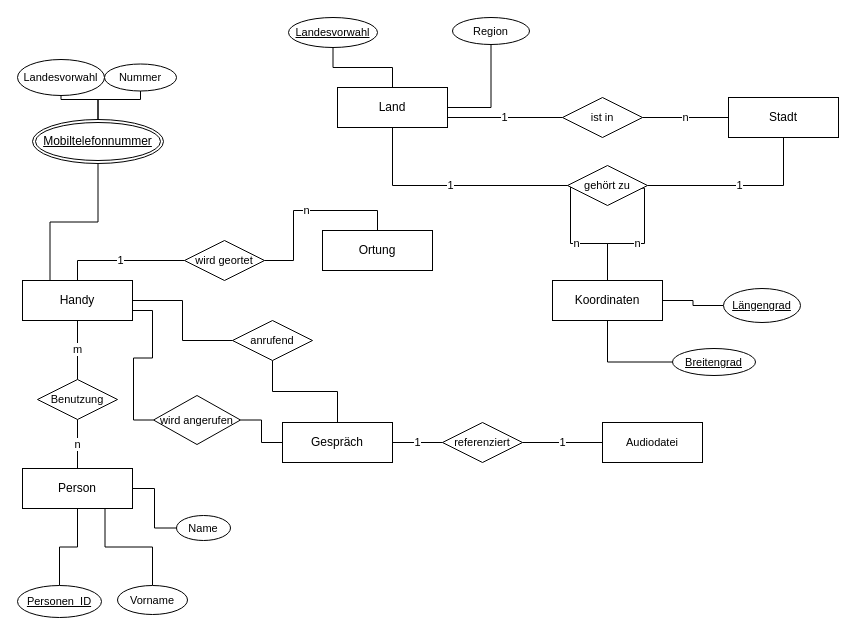
Earlier version of the draw.io diagram Geheimdienst_ER-Modell.drawio (clemens29/Datenbanksysteme-I). Source tidied: cells renumbered, new cells numbered last; positions are measured from the earlier drawing's top-left corner, leaving out a move shared by most shapes. Both pictures are drawn from the tidied source at 100%, with x=0, y=0 at pixel (17, 17).
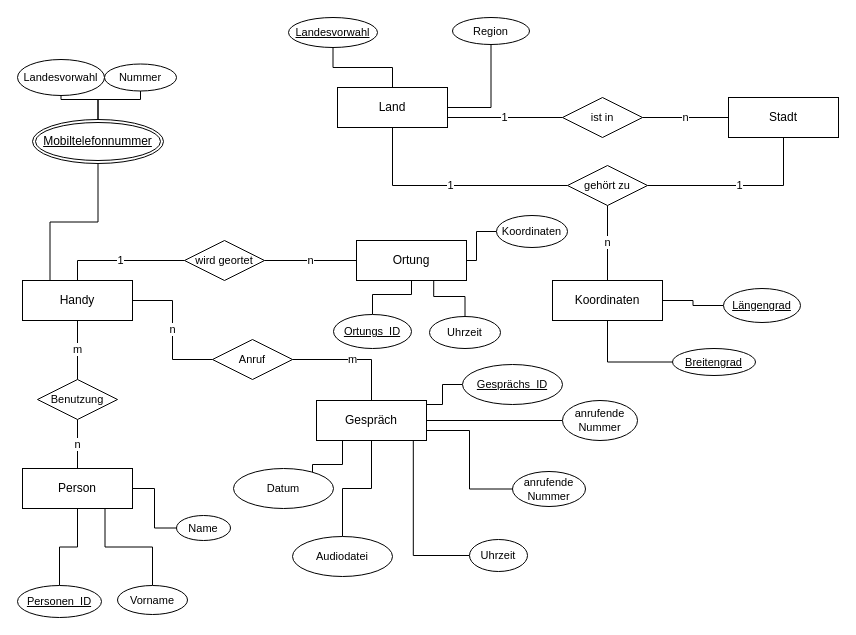
The same page after the edit.

Unchanged cells that the change refers to:
```xml
<mxCell id="2" value="Handy" style="whiteSpace=wrap;html=1;align=center;" parent="1" vertex="1">
  <mxGeometry x="5" y="263" width="110" height="40" as="geometry" />
</mxCell>
<mxCell id="9" value="Koordinaten" style="whiteSpace=wrap;html=1;align=center;" parent="1" vertex="1">
  <mxGeometry x="535" y="263" width="110" height="40" as="geometry" />
</mxCell>
<mxCell id="20" value="wird geortet" style="shape=rhombus;perimeter=rhombusPerimeter;whiteSpace=wrap;html=1;align=center;fontFamily=Helvetica;fontSize=11;fontColor=default;" parent="1" vertex="1">
  <mxGeometry x="167" y="223" width="80" height="40" as="geometry" />
</mxCell>
<mxCell id="23" value="gehört zu" style="shape=rhombus;perimeter=rhombusPerimeter;whiteSpace=wrap;html=1;align=center;fontFamily=Helvetica;fontSize=11;fontColor=default;" parent="1" vertex="1">
  <mxGeometry x="550" y="148" width="80" height="40" as="geometry" />
</mxCell>
```

What changed in the source:
```diff
@@
     <mxCell id="6" value="Ortung" style="whiteSpace=wrap;html=1;align=center;" parent="1" vertex="1">
-      <mxGeometry x="305" y="213" width="110" height="40" as="geometry" />
+      <mxGeometry x="339" y="223" width="110" height="40" as="geometry" />
     </mxCell>
-    <mxCell id="7" value="n" style="edgeStyle=orthogonalEdgeStyle;shape=connector;rounded=0;jettySize=auto;html=1;labelBackgroundColor=default;strokeColor=default;fontFamily=Helvetica;fontSize=11;fontColor=default;endArrow=none;endFill=0;entryX=0;entryY=0.5;entryDx=0;entryDy=0;" parent="1" edge="1" source="9" target="23">
-      <mxGeometry relative="1" as="geometry">
-        <Array as="points">
-          <mxPoint x="590" y="226" />
-          <mxPoint x="553" y="226" />
-          <mxPoint x="553" y="168" />
-        </Array>
-      </mxGeometry>
-    </mxCell>
-    <mxCell id="8" value="n" style="edgeStyle=orthogonalEdgeStyle;shape=connector;rounded=0;jettySize=auto;html=1;entryX=0.899;entryY=0.567;entryDx=0;entryDy=0;entryPerimeter=0;labelBackgroundColor=default;strokeColor=default;fontFamily=Helvetica;fontSize=11;fontColor=default;endArrow=none;endFill=0;" parent="1" edge="1" source="9" target="23">
-      <mxGeometry relative="1" as="geometry">
-        <Array as="points">
-          <mxPoint x="590" y="226" />
-          <mxPoint x="627" y="226" />
-          <mxPoint x="627" y="171" />
-        </Array>
-      </mxGeometry>
-    </mxCell>
+    <mxCell id="53" value="n" style="edgeStyle=orthogonalEdgeStyle;shape=connector;rounded=0;jettySize=auto;html=1;entryX=0.5;entryY=1;entryDx=0;entryDy=0;labelBackgroundColor=default;strokeColor=default;fontFamily=Helvetica;fontSize=11;fontColor=default;endArrow=none;endFill=0;" parent="1" edge="1" source="9" target="23">
+      <mxGeometry relative="1" as="geometry" />
+    </mxCell>
@@
+    <mxCell id="54" style="edgeStyle=orthogonalEdgeStyle;shape=connector;rounded=0;jettySize=auto;html=1;entryX=0.5;entryY=0;entryDx=0;entryDy=0;labelBackgroundColor=default;strokeColor=default;fontFamily=Helvetica;fontSize=11;fontColor=default;endArrow=none;endFill=0;" parent="1" edge="1" source="12" target="24">
+      <mxGeometry relative="1" as="geometry" />
+    </mxCell>
+    <mxCell id="55" style="edgeStyle=orthogonalEdgeStyle;shape=connector;rounded=0;jettySize=auto;html=1;entryX=0;entryY=0.5;entryDx=0;entryDy=0;labelBackgroundColor=default;strokeColor=default;fontFamily=Helvetica;fontSize=11;fontColor=default;endArrow=none;endFill=0;exitX=1;exitY=0.75;exitDx=0;exitDy=0;" parent="1" edge="1" source="12" target="59">
+      <mxGeometry relative="1" as="geometry" />
+    </mxCell>
+    <mxCell id="56" style="edgeStyle=orthogonalEdgeStyle;shape=connector;rounded=0;jettySize=auto;html=1;entryX=0;entryY=0.5;entryDx=0;entryDy=0;labelBackgroundColor=default;strokeColor=default;fontFamily=Helvetica;fontSize=11;fontColor=default;endArrow=none;endFill=0;" parent="1" edge="1" source="12" target="71">
+      <mxGeometry relative="1" as="geometry" />
+    </mxCell>
     <mxCell id="12" value="Gespräch" style="whiteSpace=wrap;html=1;align=center;" parent="1" vertex="1">
-      <mxGeometry x="265" y="405" width="110" height="40" as="geometry" />
+      <mxGeometry x="299" y="383" width="110" height="40" as="geometry" />
     </mxCell>
@@
+    <mxCell id="19" value="1" style="edgeStyle=orthogonalEdgeStyle;shape=connector;rounded=0;jettySize=auto;html=1;labelBackgroundColor=default;strokeColor=default;fontFamily=Helvetica;fontSize=11;fontColor=default;endArrow=none;endFill=0;entryX=0.5;entryY=0;entryDx=0;entryDy=0;" parent="1" edge="1" source="20" target="2">
+      <mxGeometry relative="1" as="geometry" />
+    </mxCell>
-    <mxCell id="18" value="n" style="edgeStyle=orthogonalEdgeStyle;shape=connector;rounded=0;jettySize=auto;html=1;entryX=0.5;entryY=0;entryDx=0;entryDy=0;labelBackgroundColor=default;strokeColor=default;fontFamily=Helvetica;fontSize=11;fontColor=default;endArrow=none;endFill=0;" parent="1" edge="1" source="20" target="6">
+    <mxCell id="18" value="n" style="edgeStyle=orthogonalEdgeStyle;shape=connector;rounded=0;jettySize=auto;html=1;entryX=0;entryY=0.5;entryDx=0;entryDy=0;labelBackgroundColor=default;strokeColor=default;fontFamily=Helvetica;fontSize=11;fontColor=default;endArrow=none;endFill=0;" parent="1" edge="1" source="20" target="6">
       <mxGeometry relative="1" as="geometry" />
     </mxCell>
-    <mxCell id="19" value="1" style="edgeStyle=orthogonalEdgeStyle;shape=connector;rounded=0;jettySize=auto;html=1;labelBackgroundColor=default;strokeColor=default;fontFamily=Helvetica;fontSize=11;fontColor=default;endArrow=none;endFill=0;entryX=0.5;entryY=0;entryDx=0;entryDy=0;" parent="1" edge="1" source="20" target="2">
-      <mxGeometry relative="1" as="geometry" />
-    </mxCell>
@@
-    <mxCell id="24" value="Audiodatei" style="whiteSpace=wrap;html=1;align=center;fontFamily=Helvetica;fontSize=11;fontColor=default;" parent="1" vertex="1">
-      <mxGeometry x="585" y="405" width="100" height="40" as="geometry" />
-    </mxCell>
-    <mxCell id="25" value="1" style="edgeStyle=orthogonalEdgeStyle;shape=connector;rounded=0;jettySize=auto;html=1;entryX=1;entryY=0.5;entryDx=0;entryDy=0;labelBackgroundColor=default;strokeColor=default;fontFamily=Helvetica;fontSize=11;fontColor=default;endArrow=none;endFill=0;" parent="1" edge="1" source="27" target="12">
-      <mxGeometry relative="1" as="geometry" />
-    </mxCell>
-    <mxCell id="26" value="1" style="edgeStyle=orthogonalEdgeStyle;shape=connector;rounded=0;jettySize=auto;html=1;entryX=0;entryY=0.5;entryDx=0;entryDy=0;labelBackgroundColor=default;strokeColor=default;fontFamily=Helvetica;fontSize=11;fontColor=default;endArrow=none;endFill=0;" parent="1" edge="1" source="27" target="24">
-      <mxGeometry relative="1" as="geometry" />
-    </mxCell>
-    <mxCell id="27" value="referenziert" style="shape=rhombus;perimeter=rhombusPerimeter;whiteSpace=wrap;html=1;align=center;fontFamily=Helvetica;fontSize=11;fontColor=default;" parent="1" vertex="1">
-      <mxGeometry x="425" y="405" width="80" height="40" as="geometry" />
-    </mxCell>
-    <mxCell id="28" style="edgeStyle=orthogonalEdgeStyle;shape=connector;rounded=0;jettySize=auto;html=1;entryX=1;entryY=0.5;entryDx=0;entryDy=0;labelBackgroundColor=default;strokeColor=default;fontFamily=Helvetica;fontSize=11;fontColor=default;endArrow=none;endFill=0;" parent="1" edge="1" source="30" target="2">
+    <mxCell id="28" value="n" style="edgeStyle=orthogonalEdgeStyle;shape=connector;rounded=0;jettySize=auto;html=1;entryX=1;entryY=0.5;entryDx=0;entryDy=0;labelBackgroundColor=default;strokeColor=default;fontFamily=Helvetica;fontSize=11;fontColor=default;endArrow=none;endFill=0;" parent="1" edge="1" source="30" target="2">
       <mxGeometry relative="1" as="geometry" />
     </mxCell>
-    <mxCell id="29" style="edgeStyle=orthogonalEdgeStyle;shape=connector;rounded=0;jettySize=auto;html=1;entryX=0.5;entryY=0;entryDx=0;entryDy=0;labelBackgroundColor=default;strokeColor=default;fontFamily=Helvetica;fontSize=11;fontColor=default;endArrow=none;endFill=0;" parent="1" edge="1" source="30" target="12">
+    <mxCell id="29" value="m" style="edgeStyle=orthogonalEdgeStyle;shape=connector;rounded=0;jettySize=auto;html=1;entryX=0.5;entryY=0;entryDx=0;entryDy=0;labelBackgroundColor=default;strokeColor=default;fontFamily=Helvetica;fontSize=11;fontColor=default;endArrow=none;endFill=0;" parent="1" edge="1" source="30" target="12">
       <mxGeometry relative="1" as="geometry" />
     </mxCell>
-    <mxCell id="30" value="anrufend" style="shape=rhombus;perimeter=rhombusPerimeter;whiteSpace=wrap;html=1;align=center;fontFamily=Helvetica;fontSize=11;fontColor=default;" parent="1" vertex="1">
-      <mxGeometry x="215" y="303" width="80" height="40" as="geometry" />
+    <mxCell id="30" value="Anruf" style="shape=rhombus;perimeter=rhombusPerimeter;whiteSpace=wrap;html=1;align=center;fontFamily=Helvetica;fontSize=11;fontColor=default;" parent="1" vertex="1">
+      <mxGeometry x="195" y="322" width="80" height="40" as="geometry" />
     </mxCell>
-    <mxCell id="31" style="edgeStyle=orthogonalEdgeStyle;shape=connector;rounded=0;jettySize=auto;html=1;entryX=1;entryY=0.75;entryDx=0;entryDy=0;labelBackgroundColor=default;strokeColor=default;fontFamily=Helvetica;fontSize=11;fontColor=default;endArrow=none;endFill=0;" parent="1" edge="1" source="33" target="2">
-      <mxGeometry relative="1" as="geometry" />
-    </mxCell>
-    <mxCell id="32" style="edgeStyle=orthogonalEdgeStyle;shape=connector;rounded=0;jettySize=auto;html=1;entryX=0;entryY=0.5;entryDx=0;entryDy=0;labelBackgroundColor=default;strokeColor=default;fontFamily=Helvetica;fontSize=11;fontColor=default;endArrow=none;endFill=0;" parent="1" edge="1" source="33" target="12">
-      <mxGeometry relative="1" as="geometry" />
-    </mxCell>
-    <mxCell id="33" value="wird angerufen" style="shape=rhombus;perimeter=rhombusPerimeter;whiteSpace=wrap;html=1;align=center;fontFamily=Helvetica;fontSize=11;fontColor=default;" parent="1" vertex="1">
-      <mxGeometry x="136" y="378" width="87" height="49" as="geometry" />
-    </mxCell>
@@
+    <mxCell id="57" style="edgeStyle=orthogonalEdgeStyle;shape=connector;rounded=0;jettySize=auto;html=1;entryX=1;entryY=0.5;entryDx=0;entryDy=0;labelBackgroundColor=default;strokeColor=default;fontFamily=Helvetica;fontSize=11;fontColor=default;endArrow=none;endFill=0;" parent="1" edge="1" source="58" target="12">
+      <mxGeometry relative="1" as="geometry">
+        <Array as="points">
+          <mxPoint x="425" y="367" />
+          <mxPoint x="425" y="387" />
+          <mxPoint x="409" y="387" />
+        </Array>
+      </mxGeometry>
+    </mxCell>
+    <mxCell id="58" value="Gesprächs_ID" style="ellipse;whiteSpace=wrap;html=1;align=center;fontStyle=4;fontFamily=Helvetica;fontSize=11;fontColor=default;" parent="1" vertex="1">
+      <mxGeometry x="445" y="347" width="100" height="40" as="geometry" />
+    </mxCell>
+    <mxCell id="59" value="anrufende Nummer" style="ellipse;whiteSpace=wrap;html=1;align=center;fontFamily=Helvetica;fontSize=11;fontColor=default;" parent="1" vertex="1">
+      <mxGeometry x="495" y="454" width="73" height="35" as="geometry" />
+    </mxCell>
+    <mxCell id="60" style="edgeStyle=orthogonalEdgeStyle;shape=connector;rounded=0;jettySize=auto;html=1;entryX=0.5;entryY=1;entryDx=0;entryDy=0;labelBackgroundColor=default;strokeColor=default;fontFamily=Helvetica;fontSize=11;fontColor=default;endArrow=none;endFill=0;" parent="1" edge="1" source="61" target="12">
+      <mxGeometry relative="1" as="geometry">
+        <Array as="points">
+          <mxPoint x="295" y="447" />
+          <mxPoint x="325" y="447" />
+          <mxPoint x="325" y="423" />
+        </Array>
+      </mxGeometry>
+    </mxCell>
+    <mxCell id="61" value="Datum" style="ellipse;whiteSpace=wrap;html=1;align=center;fontFamily=Helvetica;fontSize=11;fontColor=default;" parent="1" vertex="1">
+      <mxGeometry x="216" y="451" width="100" height="40" as="geometry" />
+    </mxCell>
+    <mxCell id="62" style="edgeStyle=orthogonalEdgeStyle;shape=connector;rounded=0;orthogonalLoop=1;jettySize=auto;html=1;exitX=0.5;exitY=1;exitDx=0;exitDy=0;labelBackgroundColor=default;strokeColor=default;fontFamily=Helvetica;fontSize=11;fontColor=default;endArrow=none;endFill=0;" parent="1" edge="1" source="59" target="59">
+      <mxGeometry relative="1" as="geometry" />
+    </mxCell>
+    <mxCell id="63" style="edgeStyle=orthogonalEdgeStyle;shape=connector;rounded=0;jettySize=auto;html=1;entryX=0.5;entryY=1;entryDx=0;entryDy=0;labelBackgroundColor=default;strokeColor=default;fontFamily=Helvetica;fontSize=11;fontColor=default;endArrow=none;endFill=0;" parent="1" edge="1" source="64" target="6">
+      <mxGeometry relative="1" as="geometry" />
+    </mxCell>
+    <mxCell id="64" value="Ortungs_ID" style="ellipse;whiteSpace=wrap;html=1;align=center;fontStyle=4;fontFamily=Helvetica;fontSize=11;fontColor=default;" parent="1" vertex="1">
+      <mxGeometry x="316" y="297" width="78" height="34" as="geometry" />
+    </mxCell>
+    <mxCell id="65" style="edgeStyle=orthogonalEdgeStyle;shape=connector;rounded=0;jettySize=auto;html=1;entryX=0.702;entryY=1.007;entryDx=0;entryDy=0;entryPerimeter=0;labelBackgroundColor=default;strokeColor=default;fontFamily=Helvetica;fontSize=11;fontColor=default;endArrow=none;endFill=0;" parent="1" edge="1" source="66" target="6">
+      <mxGeometry relative="1" as="geometry" />
+    </mxCell>
+    <mxCell id="66" value="Uhrzeit" style="ellipse;whiteSpace=wrap;html=1;align=center;fontFamily=Helvetica;fontSize=11;fontColor=default;" parent="1" vertex="1">
+      <mxGeometry x="412" y="299" width="71" height="32" as="geometry" />
+    </mxCell>
+    <mxCell id="67" style="edgeStyle=orthogonalEdgeStyle;shape=connector;rounded=0;jettySize=auto;html=1;entryX=1;entryY=0.5;entryDx=0;entryDy=0;labelBackgroundColor=default;strokeColor=default;fontFamily=Helvetica;fontSize=11;fontColor=default;endArrow=none;endFill=0;" parent="1" edge="1" source="68" target="6">
+      <mxGeometry relative="1" as="geometry" />
+    </mxCell>
+    <mxCell id="68" value="Koordinaten" style="ellipse;whiteSpace=wrap;html=1;align=center;fontFamily=Helvetica;fontSize=11;fontColor=default;" parent="1" vertex="1">
+      <mxGeometry x="479" y="198" width="71" height="32" as="geometry" />
+    </mxCell>
+    <mxCell id="24" value="Audiodatei" style="ellipse;whiteSpace=wrap;html=1;align=center;fontFamily=Helvetica;fontSize=11;fontColor=default;" parent="1" vertex="1">
+      <mxGeometry x="275" y="519" width="100" height="40" as="geometry" />
+    </mxCell>
+    <mxCell id="69" style="edgeStyle=orthogonalEdgeStyle;shape=connector;rounded=0;jettySize=auto;html=1;entryX=0.88;entryY=0.996;entryDx=0;entryDy=0;entryPerimeter=0;labelBackgroundColor=default;strokeColor=default;fontFamily=Helvetica;fontSize=11;fontColor=default;endArrow=none;endFill=0;" parent="1" edge="1" source="70" target="12">
+      <mxGeometry relative="1" as="geometry" />
+    </mxCell>
+    <mxCell id="70" value="Uhrzeit" style="ellipse;whiteSpace=wrap;html=1;align=center;fontFamily=Helvetica;fontSize=11;fontColor=default;" parent="1" vertex="1">
+      <mxGeometry x="452" y="522" width="58" height="32" as="geometry" />
+    </mxCell>
+    <mxCell id="71" value="anrufende Nummer" style="ellipse;whiteSpace=wrap;html=1;align=center;fontFamily=Helvetica;fontSize=11;fontColor=default;" parent="1" vertex="1">
+      <mxGeometry x="545" y="383" width="75" height="40" as="geometry" />
+    </mxCell>
```
